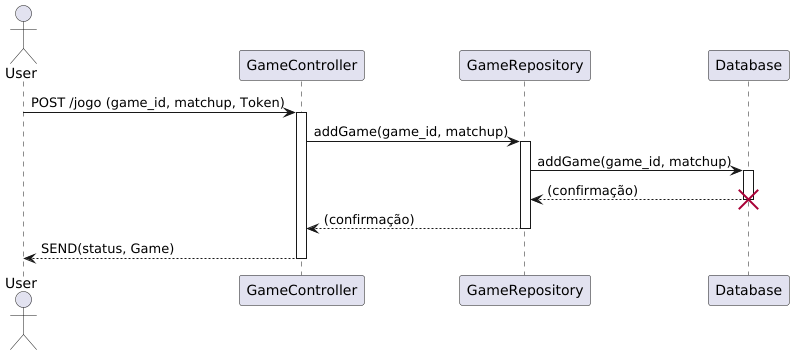
This is aps/diagrams/sequence/game/diagrams/create.png from Pedro-H-Gregorio/NBA_api, a PlantUML export, as it was before one commit.
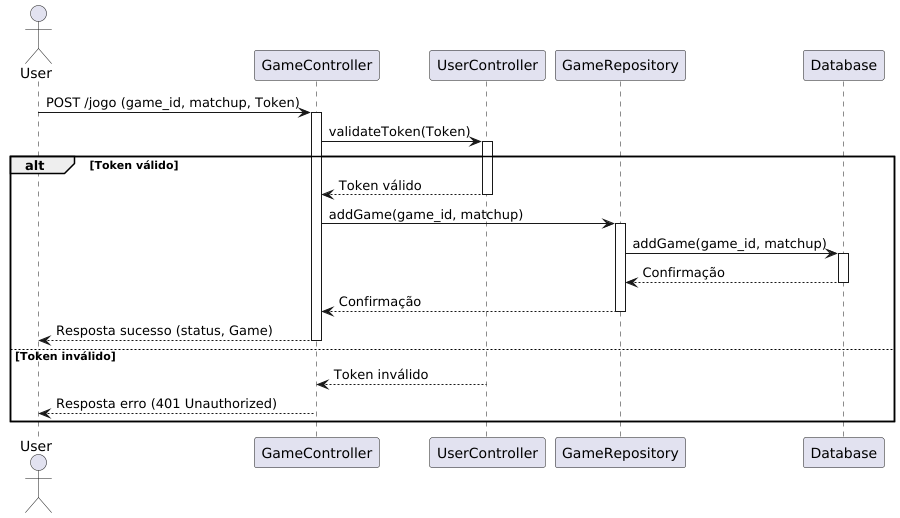
After the commit.

The edit, as a diff of the source:
```diff
@@ -1,25 +1,39 @@
 @startuml
 actor User
 participant GameController
+participant UserController
 participant GameRepository
 participant Database
 
 User -> GameController: POST /jogo (game_id, matchup, Token)
 activate GameController
 
-GameController -> GameRepository: addGame(game_id, matchup)
-activate GameRepository
+GameController -> UserController: validateToken(Token)
+activate UserController
 
-GameRepository -> Database: addGame(game_id, matchup)
-activate Database
+alt Token válido
+    UserController --> GameController: Token válido
+    deactivate UserController
 
-Database --> GameRepository: (confirmação)
-destroy Database
-deactivate Database
+    GameController -> GameRepository: addGame(game_id, matchup)
+    activate GameRepository
 
-GameRepository --> GameController: (confirmação)
-deactivate GameRepository
+    GameRepository -> Database: addGame(game_id, matchup)
+    activate Database
 
-GameController --> User: SEND(status, Game)
-deactivate GameController
+    Database --> GameRepository: Confirmação
+    deactivate Database
+
+    GameRepository --> GameController: Confirmação
+    deactivate GameRepository
+
+    GameController --> User: Resposta sucesso (status, Game)
+    deactivate GameController
+else Token inválido
+    UserController --> GameController: Token inválido
+    deactivate UserController
+
+    GameController --> User: Resposta erro (401 Unauthorized)
+    deactivate GameController
+end
 @enduml
```
